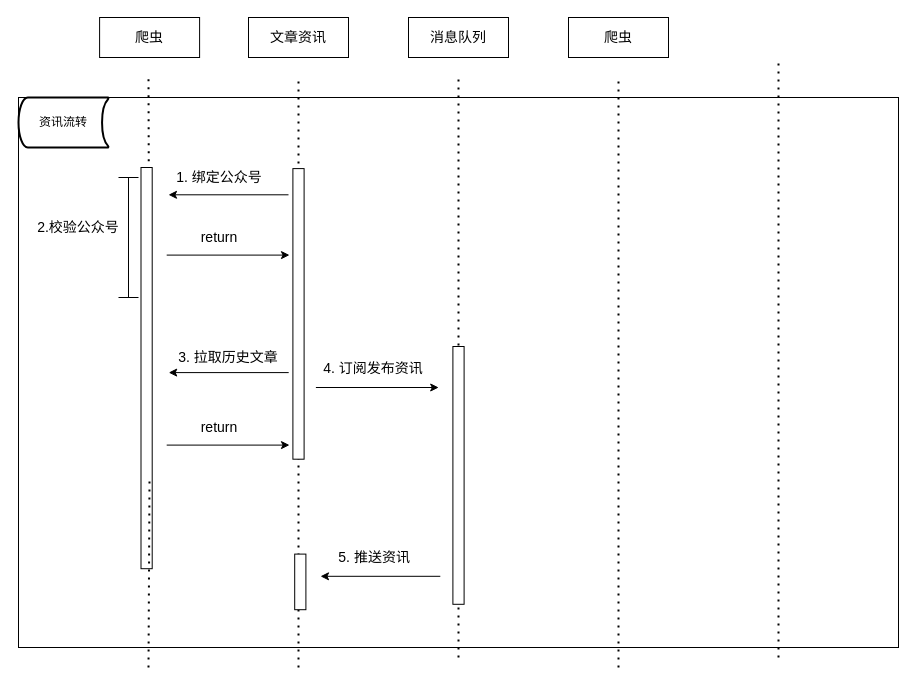
JoinFyc/github-upload keeps this draw.io diagram as 与爬虫资讯交互.drawio. Above is the earlier version. Source tidied: cells renumbered, new cells numbered last; positions are measured from the earlier drawing's top-left corner, leaving out a move shared by most shapes. Both pictures are drawn from the tidied source at 100%, with x=0, y=0 at pixel (-54, 17).
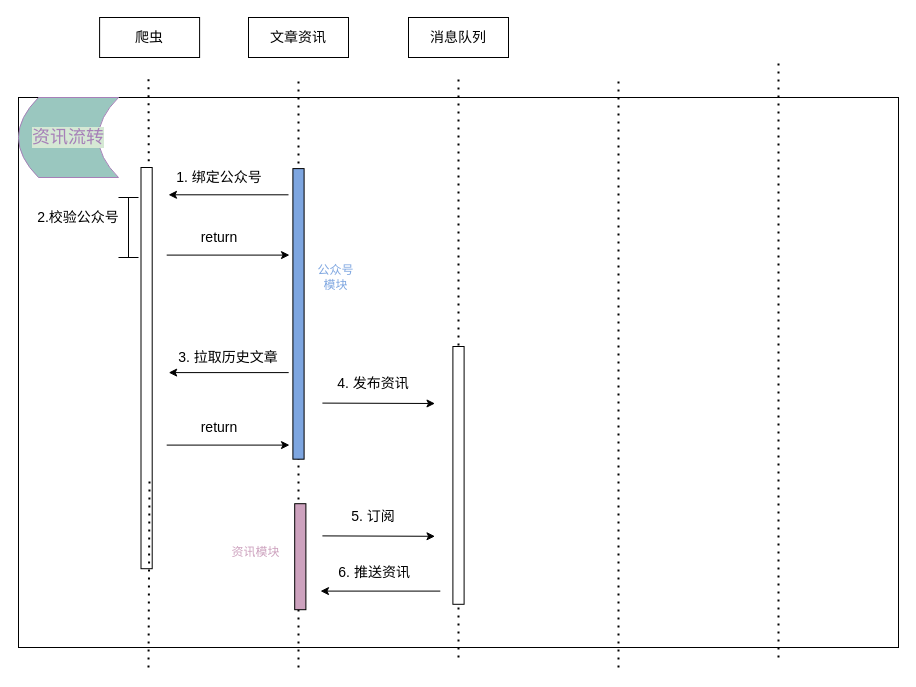
Above is the later version.

Commit message:
Update 与爬虫资讯交互.drawio

Diff of the diagram source:
```diff
@@
-    <mxCell id="3" value="资讯流转" style="strokeWidth=2;html=1;shape=mxgraph.flowchart.stored_data;whiteSpace=wrap;" parent="1" vertex="1">
-      <mxGeometry x="72" y="80" width="90" height="50" as="geometry" />
-    </mxCell>
@@
-    <mxCell id="14" style="rounded=0;whiteSpace=wrap;html=1;rotation=-90;" parent="1" vertex="1">
+    <mxCell id="14" style="rounded=0;whiteSpace=wrap;html=1;rotation=-90;fillColor=#7EA6E0;" parent="1" vertex="1">
       <mxGeometry x="206.7" y="290.8" width="290.6" height="11.2" as="geometry" />
     </mxCell>
-    <mxCell id="15" value="&lt;font style=&quot;font-size: 14px&quot;&gt;4. 订阅发布资讯&lt;/font&gt;" style="text;html=1;strokeColor=none;fillColor=none;align=center;verticalAlign=middle;whiteSpace=wrap;rounded=0;" parent="1" vertex="1">
-      <mxGeometry x="357.3" y="340.6" width="140" height="20" as="geometry" />
+    <mxCell id="15" value="&lt;font style=&quot;font-size: 14px&quot;&gt;4. 发布资讯&lt;/font&gt;" style="text;html=1;strokeColor=none;fillColor=none;align=center;verticalAlign=middle;whiteSpace=wrap;rounded=0;" parent="1" vertex="1">
+      <mxGeometry x="357.3" y="356.2" width="140" height="20" as="geometry" />
     </mxCell>
     <mxCell id="16" style="endArrow=classic;html=1;" parent="1" edge="1">
       <mxGeometry relative="1" as="geometry">
-        <mxPoint x="369.4" y="370" as="sourcePoint" />
-        <mxPoint x="492.2" y="370" as="targetPoint" />
+        <mxPoint x="375.9" y="385.6" as="sourcePoint" />
+        <mxPoint x="488.5" y="386" as="targetPoint" />
       </mxGeometry>
     </mxCell>
@@
-    <mxCell id="19" style="rounded=0;whiteSpace=wrap;html=1;rotation=-90;" parent="1" vertex="1">
-      <mxGeometry x="326" y="558.8" width="55.6" height="11.2" as="geometry" />
+    <mxCell id="19" style="rounded=0;whiteSpace=wrap;html=1;rotation=-90;fillColor=#CDA2BE;" parent="1" vertex="1">
+      <mxGeometry x="300.8" y="533.6" width="106" height="11.2" as="geometry" />
     </mxCell>
-    <mxCell id="20" value="&lt;font style=&quot;font-size: 14px&quot;&gt;5. 推送资讯&amp;nbsp;&amp;nbsp;&lt;/font&gt;" style="text;html=1;strokeColor=none;fillColor=none;align=center;verticalAlign=middle;whiteSpace=wrap;rounded=0;" parent="1" vertex="1">
-      <mxGeometry x="367.1" y="530" width="130.2" height="20" as="geometry" />
+    <mxCell id="20" value="&lt;font style=&quot;font-size: 14px&quot;&gt;6. 推送资讯&amp;nbsp;&amp;nbsp;&lt;/font&gt;" style="text;html=1;strokeColor=none;fillColor=none;align=center;verticalAlign=middle;whiteSpace=wrap;rounded=0;" parent="1" vertex="1">
+      <mxGeometry x="367.1" y="544.8" width="130.2" height="20" as="geometry" />
     </mxCell>
@@
     <mxCell id="22" style="endArrow=classic;html=1;" parent="1" edge="1">
       <mxGeometry relative="1" as="geometry">
-        <mxPoint x="493.8" y="558.8" as="sourcePoint" />
-        <mxPoint x="374" y="558.8" as="targetPoint" />
+        <mxPoint x="493.8" y="573.6" as="sourcePoint" />
+        <mxPoint x="374" y="573.6" as="targetPoint" />
       </mxGeometry>
     </mxCell>
-    <mxCell id="23" value="&lt;span style=&quot;font-size: 14px&quot;&gt;爬虫&lt;/span&gt;" style="rounded=0;whiteSpace=wrap;html=1;" parent="1" vertex="1">
-      <mxGeometry x="622" width="100" height="40" as="geometry" />
-    </mxCell>
@@
     <mxCell id="30" style="shape=crossbar;whiteSpace=wrap;html=1;rounded=1;direction=south;" parent="1" vertex="1">
-      <mxGeometry x="172" y="160" width="20" height="120" as="geometry" />
+      <mxGeometry x="172" y="180" width="20" height="60" as="geometry" />
     </mxCell>
     <mxCell id="31" value="&lt;font style=&quot;font-size: 14px&quot;&gt;2.校验公众号&lt;/font&gt;" style="text;html=1;strokeColor=none;fillColor=none;align=center;verticalAlign=middle;whiteSpace=wrap;rounded=0;" parent="1" vertex="1">
-      <mxGeometry x="82" y="200" width="100" height="20" as="geometry" />
+      <mxGeometry x="82" y="190" width="100" height="20" as="geometry" />
     </mxCell>
+    <mxCell id="32" value="&lt;font style=&quot;font-size: 14px&quot;&gt;5. 订阅&lt;/font&gt;" style="text;html=1;strokeColor=none;fillColor=none;align=center;verticalAlign=middle;whiteSpace=wrap;rounded=0;" parent="1" vertex="1">
+      <mxGeometry x="357.3" y="489" width="140" height="20" as="geometry" />
+    </mxCell>
+    <mxCell id="33" style="endArrow=classic;html=1;" parent="1" edge="1">
+      <mxGeometry relative="1" as="geometry">
+        <mxPoint x="375.9" y="518.4" as="sourcePoint" />
+        <mxPoint x="488.5" y="518.8" as="targetPoint" />
+      </mxGeometry>
+    </mxCell>
+    <mxCell id="34" value="&lt;font&gt;公众号模块&lt;/font&gt;" style="text;html=1;strokeColor=none;fillColor=none;align=center;verticalAlign=middle;whiteSpace=wrap;rounded=0;fontColor=#7EA6E0;" parent="1" vertex="1">
+      <mxGeometry x="367" y="250" width="45" height="20" as="geometry" />
+    </mxCell>
+    <mxCell id="35" value="&lt;font color=&quot;#cda2be&quot;&gt;资讯模块&lt;/font&gt;" style="text;html=1;strokeColor=none;fillColor=none;align=center;verticalAlign=middle;whiteSpace=wrap;rounded=0;fontColor=#7EA6E0;" parent="1" vertex="1">
+      <mxGeometry x="282" y="524.8" width="55" height="20" as="geometry" />
+    </mxCell>
+    <mxCell id="3" value="&lt;font color=&quot;#a680b8&quot; style=&quot;font-size: 18px&quot;&gt;资讯流转&lt;/font&gt;" style="shape=dataStorage;whiteSpace=wrap;html=1;fixedSize=1;labelBackgroundColor=#D5E8D4;fontFamily=Helvetica;fontSize=11;fontColor=#7EA6E0;strokeColor=#A680B8;fillColor=#9AC7BF;" parent="1" vertex="1">
+      <mxGeometry x="72" y="80" width="100" height="80" as="geometry" />
+    </mxCell>
```
